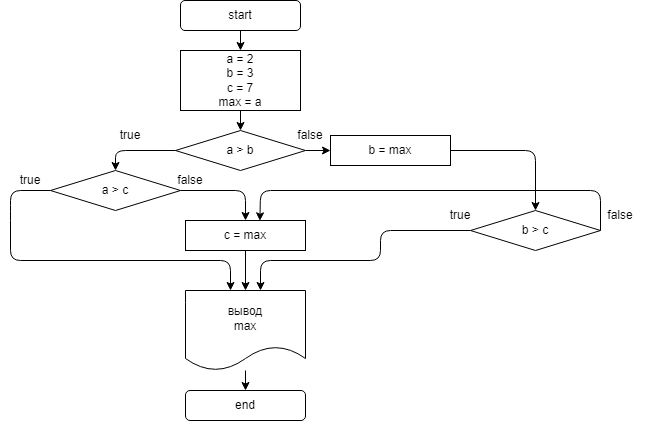
Before: lesson_1/Task_2/diagram.drawio.png, a diagram exported from draw.io (1Gar/C-Lessons). Source tidied: cells renumbered, new cells last; positions are measured from the earlier drawing's top-left corner, leaving out a move shared by most shapes. The source it was exported from:
```xml
<mxGraphModel>
  <root>
    <mxCell id="0" />
    <mxCell id="1" parent="0" />
    <mxCell id="2" style="edgeStyle=none;html=1;" parent="1" edge="1" source="3" target="5">
      <mxGeometry relative="1" as="geometry" />
    </mxCell>
    <mxCell id="3" value="start" style="rounded=1;whiteSpace=wrap;html=1;" parent="1" vertex="1">
      <mxGeometry x="180" width="120" height="30" as="geometry" />
    </mxCell>
    <mxCell id="4" style="edgeStyle=none;html=1;" parent="1" edge="1" source="5" target="8">
      <mxGeometry relative="1" as="geometry" />
    </mxCell>
    <mxCell id="5" value="&lt;div&gt;a = 2&lt;/div&gt;&lt;div&gt;b = 3&lt;/div&gt;&lt;div&gt;c = 7&lt;/div&gt;&lt;div&gt;max = a&lt;/div&gt;" style="rounded=0;whiteSpace=wrap;html=1;" parent="1" vertex="1">
      <mxGeometry x="180" y="50" width="120" height="60" as="geometry" />
    </mxCell>
    <mxCell id="6" style="edgeStyle=none;html=1;exitX=0;exitY=0.5;exitDx=0;exitDy=0;entryX=0.5;entryY=0;entryDx=0;entryDy=0;" parent="1" edge="1" source="8" target="11">
      <mxGeometry relative="1" as="geometry">
        <Array as="points">
          <mxPoint x="115" y="150" />
        </Array>
      </mxGeometry>
    </mxCell>
    <mxCell id="7" style="edgeStyle=none;html=1;" parent="1" edge="1" source="8" target="13">
      <mxGeometry relative="1" as="geometry" />
    </mxCell>
    <mxCell id="8" value="a &amp;gt; b" style="rhombus;whiteSpace=wrap;html=1;" parent="1" vertex="1">
      <mxGeometry x="175" y="130" width="130" height="40" as="geometry" />
    </mxCell>
    <mxCell id="9" style="edgeStyle=none;html=1;" parent="1" edge="1" source="11">
      <mxGeometry relative="1" as="geometry">
        <mxPoint x="230" y="290" as="targetPoint" />
        <Array as="points">
          <mxPoint x="10" y="190" />
          <mxPoint x="10" y="210" />
          <mxPoint x="10" y="260" />
          <mxPoint x="230" y="260" />
        </Array>
      </mxGeometry>
    </mxCell>
    <mxCell id="10" style="edgeStyle=none;html=1;entryX=0.5;entryY=0;entryDx=0;entryDy=0;" parent="1" edge="1" source="11" target="23">
      <mxGeometry relative="1" as="geometry">
        <Array as="points">
          <mxPoint x="245" y="190" />
        </Array>
      </mxGeometry>
    </mxCell>
    <mxCell id="11" value="a &amp;gt; c" style="rhombus;whiteSpace=wrap;html=1;" parent="1" vertex="1">
      <mxGeometry x="50" y="170" width="130" height="40" as="geometry" />
    </mxCell>
    <mxCell id="12" style="edgeStyle=none;html=1;entryX=0.5;entryY=0;entryDx=0;entryDy=0;" parent="1" edge="1" source="13" target="17">
      <mxGeometry relative="1" as="geometry">
        <Array as="points">
          <mxPoint x="535" y="150" />
        </Array>
      </mxGeometry>
    </mxCell>
    <mxCell id="13" value="b = max" style="rounded=0;whiteSpace=wrap;html=1;" parent="1" vertex="1">
      <mxGeometry x="330" y="135" width="120" height="30" as="geometry" />
    </mxCell>
    <mxCell id="14" value="true" style="text;html=1;strokeColor=none;fillColor=none;align=center;verticalAlign=middle;whiteSpace=wrap;rounded=0;" parent="1" vertex="1">
      <mxGeometry x="100" y="120" width="60" height="30" as="geometry" />
    </mxCell>
    <mxCell id="15" style="edgeStyle=none;html=1;" parent="1" edge="1" source="17">
      <mxGeometry relative="1" as="geometry">
        <mxPoint x="260" y="290" as="targetPoint" />
        <Array as="points">
          <mxPoint x="380" y="230" />
          <mxPoint x="380" y="260" />
          <mxPoint x="260" y="260" />
        </Array>
      </mxGeometry>
    </mxCell>
    <mxCell id="16" style="edgeStyle=none;html=1;entryX=0.62;entryY=0.011;entryDx=0;entryDy=0;exitX=1;exitY=0.5;exitDx=0;exitDy=0;entryPerimeter=0;" parent="1" edge="1" source="17" target="23">
      <mxGeometry relative="1" as="geometry">
        <Array as="points">
          <mxPoint x="600" y="190" />
          <mxPoint x="260" y="190" />
        </Array>
      </mxGeometry>
    </mxCell>
    <mxCell id="17" value="b &amp;gt; c" style="rhombus;whiteSpace=wrap;html=1;" parent="1" vertex="1">
      <mxGeometry x="470" y="210" width="130" height="40" as="geometry" />
    </mxCell>
    <mxCell id="18" value="true" style="text;html=1;strokeColor=none;fillColor=none;align=center;verticalAlign=middle;whiteSpace=wrap;rounded=0;" parent="1" vertex="1">
      <mxGeometry y="165" width="60" height="30" as="geometry" />
    </mxCell>
    <mxCell id="19" style="edgeStyle=none;html=1;" parent="1" edge="1" source="20" target="21">
      <mxGeometry relative="1" as="geometry" />
    </mxCell>
    <mxCell id="20" value="вывод&lt;br&gt;max" style="shape=document;whiteSpace=wrap;html=1;boundedLbl=1;" parent="1" vertex="1">
      <mxGeometry x="185" y="290" width="120" height="80" as="geometry" />
    </mxCell>
    <mxCell id="21" value="end" style="rounded=1;whiteSpace=wrap;html=1;" parent="1" vertex="1">
      <mxGeometry x="185" y="390" width="120" height="30" as="geometry" />
    </mxCell>
    <mxCell id="22" style="edgeStyle=none;html=1;" parent="1" edge="1" source="23" target="20">
      <mxGeometry relative="1" as="geometry" />
    </mxCell>
    <mxCell id="23" value="c = max" style="rounded=0;whiteSpace=wrap;html=1;" parent="1" vertex="1">
      <mxGeometry x="185" y="220" width="120" height="30" as="geometry" />
    </mxCell>
    <mxCell id="24" value="true" style="text;html=1;strokeColor=none;fillColor=none;align=center;verticalAlign=middle;whiteSpace=wrap;rounded=0;" parent="1" vertex="1">
      <mxGeometry x="430" y="200" width="60" height="30" as="geometry" />
    </mxCell>
    <mxCell id="25" value="false" style="text;html=1;strokeColor=none;fillColor=none;align=center;verticalAlign=middle;whiteSpace=wrap;rounded=0;" parent="1" vertex="1">
      <mxGeometry x="280" y="120" width="60" height="30" as="geometry" />
    </mxCell>
    <mxCell id="26" value="false" style="text;html=1;strokeColor=none;fillColor=none;align=center;verticalAlign=middle;whiteSpace=wrap;rounded=0;" parent="1" vertex="1">
      <mxGeometry x="160" y="165" width="60" height="30" as="geometry" />
    </mxCell>
    <mxCell id="27" value="false" style="text;html=1;strokeColor=none;fillColor=none;align=center;verticalAlign=middle;whiteSpace=wrap;rounded=0;" parent="1" vertex="1">
      <mxGeometry x="590" y="200" width="60" height="30" as="geometry" />
    </mxCell>
  </root>
</mxGraphModel>
```
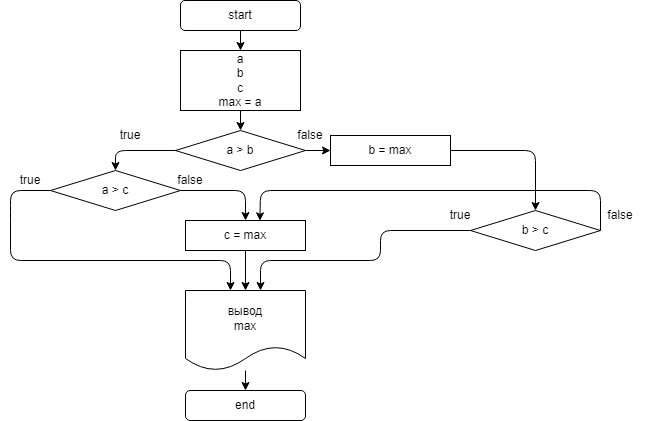
After the change.

Commit message:
diagrams finished

The edit, as a diff of the source:
```diff
@@ -11,7 +11,7 @@
     <mxCell id="4" style="edgeStyle=none;html=1;" parent="1" edge="1" source="5" target="8">
       <mxGeometry relative="1" as="geometry" />
     </mxCell>
-    <mxCell id="5" value="&lt;div&gt;a = 2&lt;/div&gt;&lt;div&gt;b = 3&lt;/div&gt;&lt;div&gt;c = 7&lt;/div&gt;&lt;div&gt;max = a&lt;/div&gt;" style="rounded=0;whiteSpace=wrap;html=1;" parent="1" vertex="1">
+    <mxCell id="5" value="&lt;div&gt;a&lt;/div&gt;&lt;div&gt;b&lt;/div&gt;&lt;div&gt;c&lt;/div&gt;&lt;div&gt;max = a&lt;/div&gt;" style="rounded=0;whiteSpace=wrap;html=1;" parent="1" vertex="1">
       <mxGeometry x="180" y="50" width="120" height="60" as="geometry" />
     </mxCell>
     <mxCell id="6" style="edgeStyle=none;html=1;exitX=0;exitY=0.5;exitDx=0;exitDy=0;entryX=0.5;entryY=0;entryDx=0;entryDy=0;" parent="1" edge="1" source="8" target="11">
```
